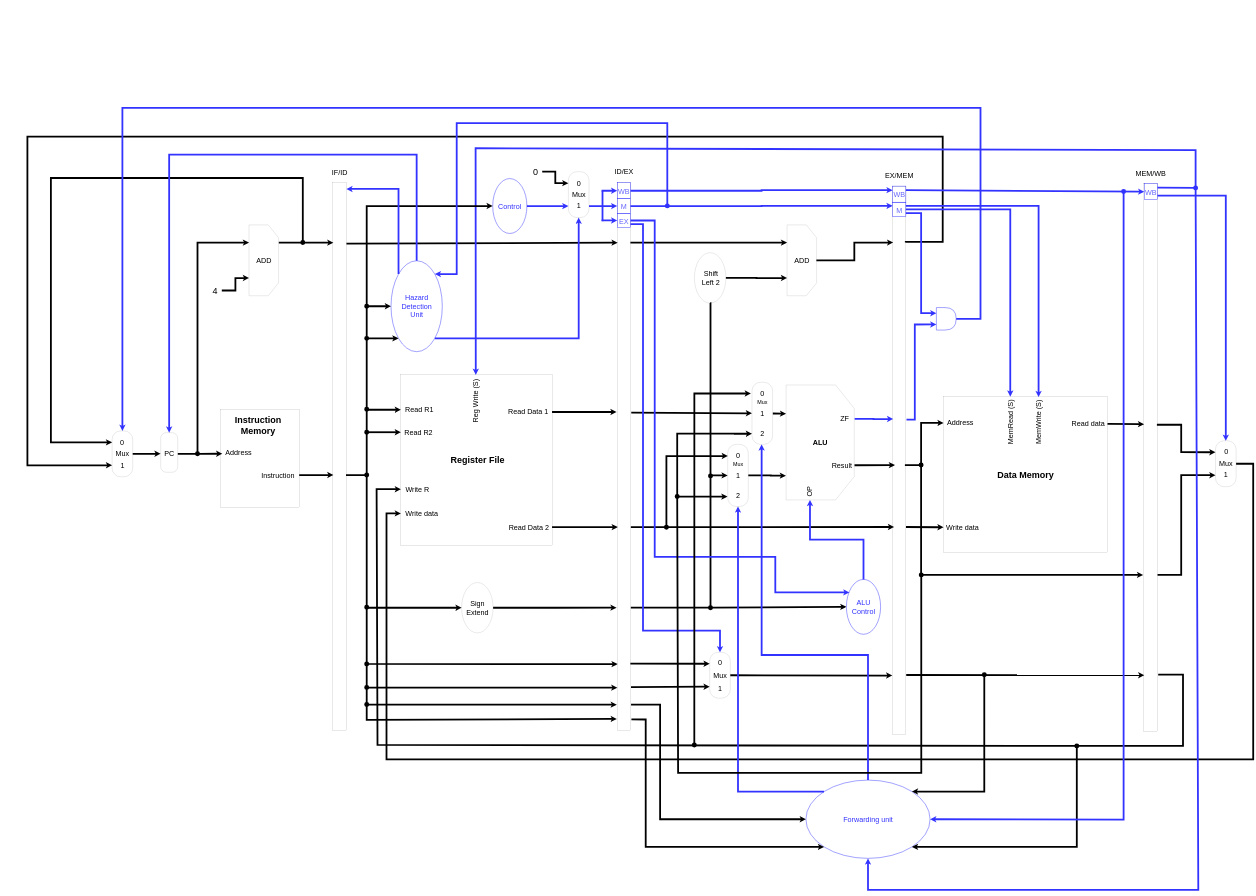
Before: Diagram.drawio in Import3r/custom_pipelined_processor, a draw.io diagram. Source tidied: cells renumbered, new cells numbered last; positions are measured from the earlier drawing's top-left corner, leaving out a move shared by most shapes. Both pictures are drawn from the tidied source at 9%, with x=0, y=0 at pixel (27, 108).
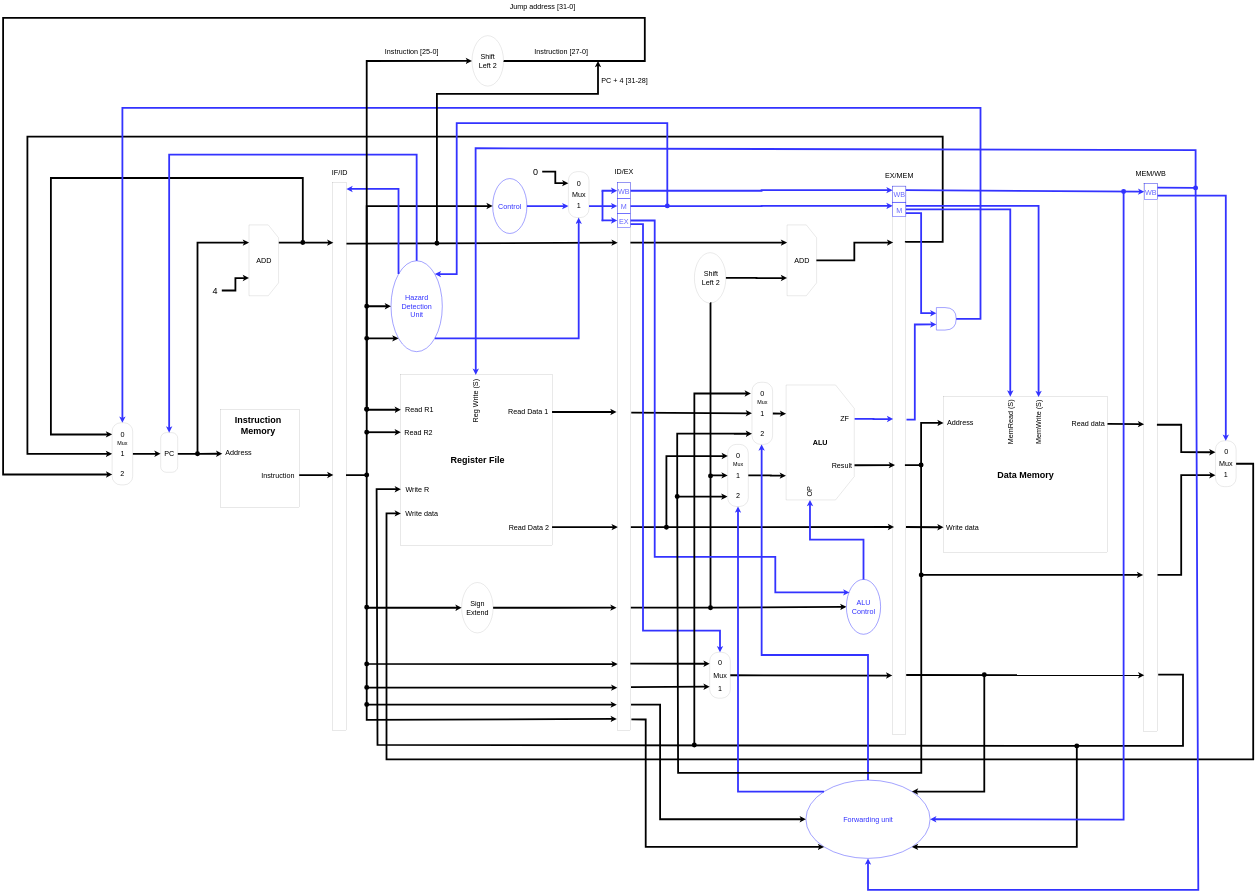
Above is the later version.

Commit message:
Add jump instruction hardware

The change refers to these unchanged cells:
```xml
<mxCell id="5" value="&lt;font style=&quot;font-size: 80px;&quot;&gt;PC&lt;/font&gt;" style="text;html=1;strokeColor=none;fillColor=none;align=center;verticalAlign=middle;whiteSpace=wrap;rounded=0;fontSize=80;" parent="3" vertex="1">
  <mxGeometry x="30" y="133.1" width="191" height="202.8" as="geometry" />
</mxCell>
<mxCell id="33" style="rounded=0;whiteSpace=wrap;html=1;fontSize=80;" parent="32" vertex="1">
  <mxGeometry x="62.9" y="588.8" width="151" height="6089.5" as="geometry" />
</mxCell>
<mxCell id="149" style="shape=delay;whiteSpace=wrap;html=1;strokeColor=#3333FF;strokeWidth=5;fillColor=none;fontSize=100;fontColor=#6666FF;" parent="1" vertex="1">
  <mxGeometry x="10100" y="2220" width="220" height="250" as="geometry" />
</mxCell>
```

What changed in the source:
```diff
@@
-    <mxCell id="48" style="group;fontSize=80;" parent="1" vertex="1">
-      <mxGeometry x="930" y="3630" width="251" height="470" as="geometry" />
-    </mxCell>
-    <mxCell id="49" style="rounded=1;whiteSpace=wrap;html=1;arcSize=42;fontSize=80;" parent="48" vertex="1">
-      <mxGeometry x="11" y="-40" width="229" height="510" as="geometry" />
-    </mxCell>
-    <mxCell id="50" value="&lt;font style=&quot;font-size: 80px;&quot;&gt;Mux&lt;/font&gt;" style="text;html=1;strokeColor=none;fillColor=none;align=center;verticalAlign=middle;whiteSpace=wrap;rounded=0;fontSize=80;" parent="48" vertex="1">
-      <mxGeometry x="50.5" y="171.8" width="150" height="86.4" as="geometry" />
-    </mxCell>
-    <mxCell id="51" value="&lt;font style=&quot;font-size: 80px;&quot;&gt;0&lt;/font&gt;" style="text;html=1;strokeColor=none;fillColor=none;align=center;verticalAlign=middle;whiteSpace=wrap;rounded=0;fontSize=80;" parent="48" vertex="1">
-      <mxGeometry x="85.8" y="50" width="69.5" height="73.6" as="geometry" />
-    </mxCell>
-    <mxCell id="52" value="&lt;font style=&quot;font-size: 80px;&quot;&gt;1&lt;/font&gt;" style="text;html=1;strokeColor=none;fillColor=none;align=center;verticalAlign=middle;whiteSpace=wrap;rounded=0;fontSize=80;" parent="48" vertex="1">
-      <mxGeometry x="95.8" y="300" width="59.5" height="80" as="geometry" />
-    </mxCell>
@@
-    <mxCell id="66" style="edgeStyle=orthogonalEdgeStyle;rounded=0;jettySize=auto;html=1;exitX=1;exitY=0.5;exitDx=0;exitDy=0;strokeWidth=20;fontSize=100;" parent="1" edge="1" source="49" target="5">
+    <mxCell id="66" style="edgeStyle=orthogonalEdgeStyle;rounded=0;jettySize=auto;html=1;exitX=1;exitY=0.5;exitDx=0;exitDy=0;strokeWidth=20;fontSize=100;" parent="1" edge="1" source="196" target="5">
       <mxGeometry relative="1" as="geometry" />
     </mxCell>
@@
-    <mxCell id="75" style="edgeStyle=orthogonalEdgeStyle;rounded=0;jettySize=auto;html=1;exitX=0.989;exitY=0.103;exitDx=0;exitDy=0;strokeWidth=20;fontSize=100;exitPerimeter=0;entryX=0;entryY=0.75;entryDx=0;entryDy=0;" parent="1" edge="1" source="33" target="49">
+    <mxCell id="75" style="edgeStyle=orthogonalEdgeStyle;rounded=0;jettySize=auto;html=1;exitX=0.989;exitY=0.103;exitDx=0;exitDy=0;strokeWidth=20;fontSize=100;exitPerimeter=0;entryX=0;entryY=0.5;entryDx=0;entryDy=0;" parent="1" edge="1" source="33" target="196">
       <mxGeometry relative="1" as="geometry">
         <Array as="points">
+          <mxPoint x="9760" y="1490" />
           <mxPoint x="10170" y="1490" />
           <mxPoint x="10170" y="320" />
           <mxPoint y="320" />
-          <mxPoint y="3973" />
+          <mxPoint y="3845" />
         </Array>
       </mxGeometry>
     </mxCell>
-    <mxCell id="76" style="edgeStyle=orthogonalEdgeStyle;rounded=0;jettySize=auto;html=1;strokeWidth=20;fontSize=100;entryX=0;entryY=0.25;entryDx=0;entryDy=0;startArrow=oval;startFill=1;startSize=35;" parent="1" edge="1" target="49">
+    <mxCell id="76" style="edgeStyle=orthogonalEdgeStyle;rounded=0;jettySize=auto;html=1;strokeWidth=20;fontSize=100;entryX=0;entryY=0.186;entryDx=0;entryDy=0;startArrow=oval;startFill=1;startSize=35;entryPerimeter=0;" parent="1" edge="1" target="196">
       <mxGeometry relative="1" as="geometry">
         <mxPoint x="3060" y="1498" as="sourcePoint" />
         <Array as="points">
           <mxPoint x="3060" y="780" />
           <mxPoint x="261" y="780" />
-          <mxPoint x="261" y="3718" />
+          <mxPoint x="261" y="3630" />
+          <mxPoint x="870" y="3630" />
+          <mxPoint x="870" y="3628" />
         </Array>
       </mxGeometry>
     </mxCell>
@@
-    <mxCell id="148" style="edgeStyle=orthogonalEdgeStyle;rounded=0;jettySize=auto;html=1;exitX=1;exitY=0.5;exitDx=0;exitDy=0;entryX=0.5;entryY=0;entryDx=0;entryDy=0;startArrow=none;startFill=0;startSize=35;endArrow=classic;endFill=1;endSize=6;strokeColor=#3333FF;strokeWidth=20;fontSize=100;fontColor=#6666FF;" parent="1" edge="1" source="149" target="49">
+    <mxCell id="148" style="edgeStyle=orthogonalEdgeStyle;rounded=0;jettySize=auto;html=1;exitX=1;exitY=0.5;exitDx=0;exitDy=0;entryX=0.5;entryY=0;entryDx=0;entryDy=0;startArrow=none;startFill=0;startSize=35;endArrow=classic;endFill=1;endSize=6;strokeColor=#3333FF;strokeWidth=20;fontSize=100;fontColor=#6666FF;" parent="1" edge="1" source="149" target="196">
       <mxGeometry relative="1" as="geometry">
         <Array as="points">
           <mxPoint x="10590" y="2345" />
           <mxPoint x="10590" />
           <mxPoint x="1056" />
         </Array>
       </mxGeometry>
     </mxCell>
@@
+    <mxCell id="195" style="group;fontSize=80;" parent="1" vertex="1">
+      <mxGeometry x="930" y="3540" width="251" height="650" as="geometry" />
+    </mxCell>
+    <mxCell id="196" style="rounded=1;whiteSpace=wrap;html=1;arcSize=42;fontSize=80;" parent="195" vertex="1">
+      <mxGeometry x="11" y="-40" width="229" height="690" as="geometry" />
+    </mxCell>
+    <mxCell id="50" value="&lt;font style=&quot;font-size: 60px&quot;&gt;Mux&lt;/font&gt;" style="text;html=1;strokeColor=none;fillColor=none;align=center;verticalAlign=middle;whiteSpace=wrap;rounded=0;fontSize=80;" parent="195" vertex="1">
+      <mxGeometry x="50.5" y="138" width="150" height="78.2" as="geometry" />
+    </mxCell>
+    <mxCell id="51" value="&lt;font style=&quot;font-size: 80px;&quot;&gt;0&lt;/font&gt;" style="text;html=1;strokeColor=none;fillColor=none;align=center;verticalAlign=middle;whiteSpace=wrap;rounded=0;fontSize=80;" parent="195" vertex="1">
+      <mxGeometry x="90.8" y="50" width="69.5" height="73.6" as="geometry" />
+    </mxCell>
+    <mxCell id="52" value="&lt;font style=&quot;font-size: 80px;&quot;&gt;1&lt;/font&gt;" style="text;html=1;strokeColor=none;fillColor=none;align=center;verticalAlign=middle;whiteSpace=wrap;rounded=0;fontSize=80;" parent="195" vertex="1">
+      <mxGeometry x="95.8" y="265" width="59.5" height="80" as="geometry" />
+    </mxCell>
+    <mxCell id="197" value="&lt;font style=&quot;font-size: 80px&quot;&gt;2&lt;/font&gt;" style="text;html=1;strokeColor=none;fillColor=none;align=center;verticalAlign=middle;whiteSpace=wrap;rounded=0;fontSize=80;" parent="195" vertex="1">
+      <mxGeometry x="93.4" y="488" width="64.2" height="80" as="geometry" />
+    </mxCell>
+    <mxCell id="198" style="edgeStyle=orthogonalEdgeStyle;rounded=0;jettySize=auto;html=1;strokeWidth=20;fontSize=100;startArrow=none;startFill=0;startSize=35;exitX=1;exitY=0.5;exitDx=0;exitDy=0;entryX=0.007;entryY=0.833;entryDx=0;entryDy=0;entryPerimeter=0;" parent="1" edge="1" source="202" target="196">
+      <mxGeometry relative="1" as="geometry">
+        <Array as="points">
+          <mxPoint x="6860" y="-520" />
+          <mxPoint x="6860" y="-1000" />
+          <mxPoint x="-270" y="-1000" />
+          <mxPoint x="-270" y="4075" />
+        </Array>
+      </mxGeometry>
+    </mxCell>
+    <mxCell id="199" style="endArrow=classic;html=1;strokeWidth=20;fontSize=100;entryX=0;entryY=0.5;entryDx=0;entryDy=0;startArrow=oval;startFill=1;startSize=35;rounded=0;edgeStyle=orthogonalEdgeStyle;" parent="1" edge="1" target="202">
+      <mxGeometry relative="1" as="geometry">
+        <mxPoint x="3770" y="3350" as="sourcePoint" />
+        <Array as="points">
+          <mxPoint x="3770" y="-520" />
+        </Array>
+      </mxGeometry>
+    </mxCell>
+    <mxCell id="200" style="group;" parent="1" vertex="1">
+      <mxGeometry x="4940" y="-800" width="350" height="560" as="geometry" />
+    </mxCell>
+    <mxCell id="201" style="group;" parent="200" vertex="1">
+      <mxGeometry width="350" height="560" as="geometry" />
+    </mxCell>
+    <mxCell id="202" style="ellipse;whiteSpace=wrap;html=1;fontSize=80;" parent="201" vertex="1">
+      <mxGeometry y="-1" width="350" height="560" as="geometry" />
+    </mxCell>
+    <mxCell id="203" value="&lt;font style=&quot;font-size: 80px;&quot;&gt;Shift&lt;br style=&quot;font-size: 80px;&quot;&gt;Left 2&lt;br style=&quot;font-size: 80px;&quot;&gt;&lt;/font&gt;" style="text;html=1;strokeColor=none;fillColor=none;align=center;verticalAlign=middle;whiteSpace=wrap;rounded=0;fontSize=80;" parent="200" vertex="1">
+      <mxGeometry x="64.4" y="192.6" width="221.3" height="174.7" as="geometry" />
+    </mxCell>
+    <mxCell id="204" style="endArrow=classic;html=1;strokeWidth=20;fontSize=100;startArrow=oval;startFill=1;startSize=35;rounded=0;edgeStyle=orthogonalEdgeStyle;" parent="1" edge="1">
+      <mxGeometry relative="1" as="geometry">
+        <mxPoint x="4550" y="1505" as="sourcePoint" />
+        <mxPoint x="6340" y="-520" as="targetPoint" />
+        <Array as="points">
+          <mxPoint x="4550" y="-155" />
+          <mxPoint x="6340" y="-155" />
+          <mxPoint x="6340" y="-390" />
+        </Array>
+      </mxGeometry>
+    </mxCell>
+    <mxCell id="205" value="&lt;font style=&quot;font-size: 80px&quot;&gt;PC + 4 [31-28]&lt;br style=&quot;font-size: 80px&quot;&gt;&lt;/font&gt;" style="text;html=1;strokeColor=none;fillColor=none;align=center;verticalAlign=middle;whiteSpace=wrap;rounded=0;fontSize=80;" parent="1" vertex="1">
+      <mxGeometry x="6360" y="-360" width="550" height="120" as="geometry" />
+    </mxCell>
+    <mxCell id="206" value="&lt;font style=&quot;font-size: 80px&quot;&gt;Instruction [25-0]&lt;br style=&quot;font-size: 80px&quot;&gt;&lt;/font&gt;" style="text;html=1;strokeColor=none;fillColor=none;align=center;verticalAlign=middle;whiteSpace=wrap;rounded=0;fontSize=80;" parent="1" vertex="1">
+      <mxGeometry x="3950" y="-690" width="640" height="120" as="geometry" />
+    </mxCell>
+    <mxCell id="207" value="&lt;font style=&quot;font-size: 80px&quot;&gt;Jump address [31-0]&lt;br style=&quot;font-size: 80px&quot;&gt;&lt;/font&gt;" style="text;html=1;strokeColor=none;fillColor=none;align=center;verticalAlign=middle;whiteSpace=wrap;rounded=0;fontSize=80;" parent="1" vertex="1">
+      <mxGeometry x="5350" y="-1180" width="748" height="120" as="geometry" />
+    </mxCell>
+    <mxCell id="208" value="&lt;font style=&quot;font-size: 80px&quot;&gt;Instruction [27-0]&lt;br style=&quot;font-size: 80px&quot;&gt;&lt;/font&gt;" style="text;html=1;strokeColor=none;fillColor=none;align=center;verticalAlign=middle;whiteSpace=wrap;rounded=0;fontSize=80;" parent="1" vertex="1">
+      <mxGeometry x="5611" y="-690" width="640" height="120" as="geometry" />
+    </mxCell>
```
